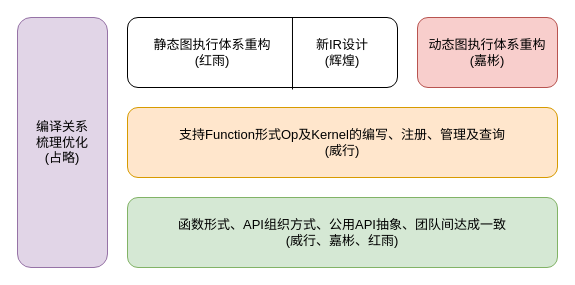
Above: page "all-works" (9 of 13) of paddle_framework.drawio in chenwhql/diagrams (draw.io), before the change. Source tidied: cells renumbered, new cells numbered last; positions are measured from the earlier drawing's top-left corner, leaving out a move shared by most shapes. Both pictures are drawn from the tidied source at 100%, with x=0, y=0 at pixel (17, 17).
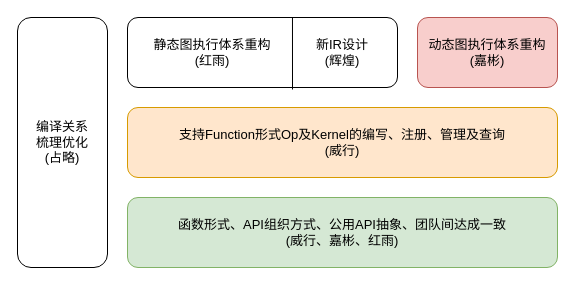
The same page after the edit.

Diff of the diagram source:
```diff
@@
 <mxGraphModel>
   <root>
     <mxCell id="0" />
     <mxCell id="1" parent="0" />
     <mxCell id="2" value="函数形式、API组织方式、公用API抽象、团队间达成一致&lt;br style=&quot;font-size: 13px;&quot;&gt;(威行、嘉彬、红雨)" style="rounded=1;whiteSpace=wrap;html=1;spacingTop=0;fontSize=13;fillColor=#d5e8d4;strokeColor=#82b366;" parent="1" vertex="1">
       <mxGeometry x="110" y="180" width="430" height="70" as="geometry" />
     </mxCell>
     <mxCell id="3" value="支持Function形式Op及Kernel的编写、注册、管理及查询&lt;br style=&quot;font-size: 13px&quot;&gt;(威行)" style="rounded=1;whiteSpace=wrap;html=1;spacingTop=0;fontSize=13;fillColor=#ffe6cc;strokeColor=#d79b00;" parent="1" vertex="1">
       <mxGeometry x="110" y="90" width="430" height="70" as="geometry" />
     </mxCell>
     <mxCell id="4" value="动态图执行体系重构&lt;br style=&quot;font-size: 13px&quot;&gt;(嘉彬)" style="rounded=1;whiteSpace=wrap;html=1;spacingTop=0;fontSize=13;fillColor=#f8cecc;strokeColor=#b85450;" parent="1" vertex="1">
       <mxGeometry x="400" width="140" height="70" as="geometry" />
     </mxCell>
     <mxCell id="5" style="rounded=1;whiteSpace=wrap;html=1;spacingTop=0;fontSize=13;" parent="1" vertex="1">
       <mxGeometry x="110" width="270" height="70" as="geometry" />
     </mxCell>
     <mxCell id="6" value="静态图执行体系重构&lt;br&gt;(红雨)" style="text;html=1;strokeColor=none;fillColor=none;align=center;verticalAlign=middle;whiteSpace=wrap;rounded=0;fontSize=13;" parent="1" vertex="1">
       <mxGeometry x="100" y="15" width="190" height="40" as="geometry" />
     </mxCell>
     <mxCell id="7" value="新IR设计&lt;br&gt;(辉煌)" style="text;html=1;strokeColor=none;fillColor=none;align=center;verticalAlign=middle;whiteSpace=wrap;rounded=0;fontSize=13;" parent="1" vertex="1">
       <mxGeometry x="275" y="15" width="100" height="40" as="geometry" />
     </mxCell>
     <mxCell id="8" style="endArrow=none;html=1;fontSize=13;exitX=0.611;exitY=0;exitDx=0;exitDy=0;exitPerimeter=0;" parent="1" edge="1" source="5">
       <mxGeometry relative="1" as="geometry">
         <mxPoint x="275" y="72" as="targetPoint" />
       </mxGeometry>
     </mxCell>
-    <mxCell id="9" value="编译关系&lt;br&gt;梳理优化&lt;br style=&quot;font-size: 13px&quot;&gt;(占略)" style="rounded=1;whiteSpace=wrap;html=1;spacingTop=0;fontSize=13;fillColor=#e1d5e7;strokeColor=#9673a6;" parent="1" vertex="1">
+    <mxCell id="9" value="编译关系&lt;br&gt;梳理优化&lt;br style=&quot;font-size: 13px&quot;&gt;(占略)" style="rounded=1;whiteSpace=wrap;html=1;spacingTop=0;fontSize=13;" parent="1" vertex="1">
       <mxGeometry width="90" height="250" as="geometry" />
     </mxCell>
   </root>
 </mxGraphModel>
```
